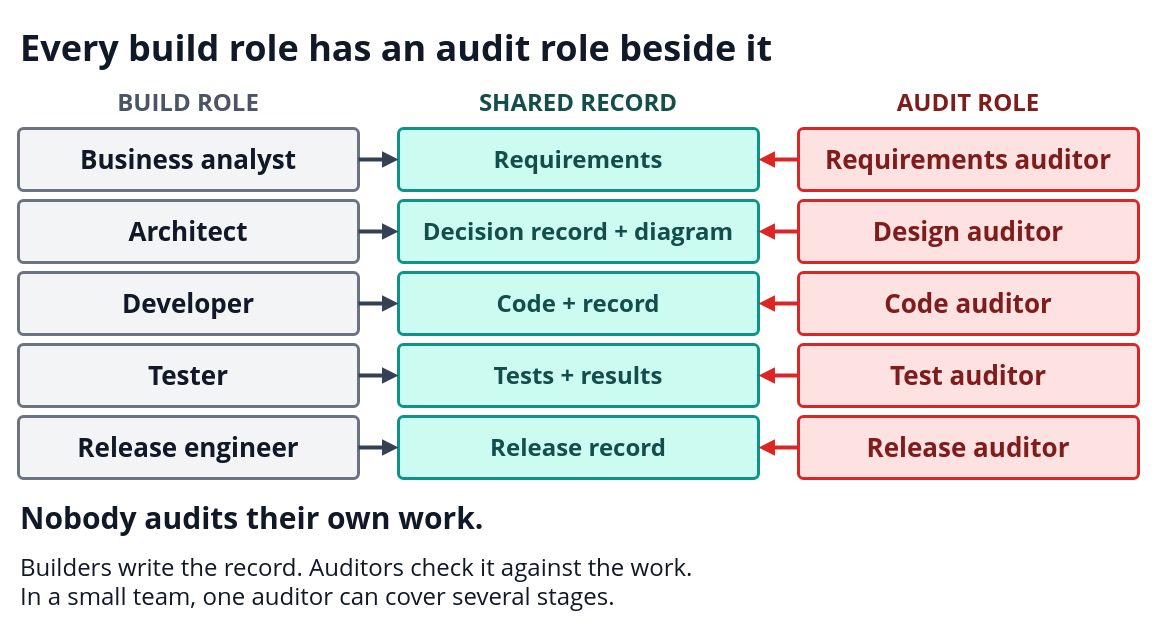
i-asimkhan/ledger-layer-pattern keeps this draw.io diagram as diagrams/04-roles-rotation.drawio. Above is the earlier version. Source tidied: cells renumbered, new cells numbered last; positions are measured from the earlier drawing's top-left corner, leaving out a move shared by most shapes. Both pictures are drawn from the tidied source at 100%, with x=0, y=0 at pixel (18, 21).
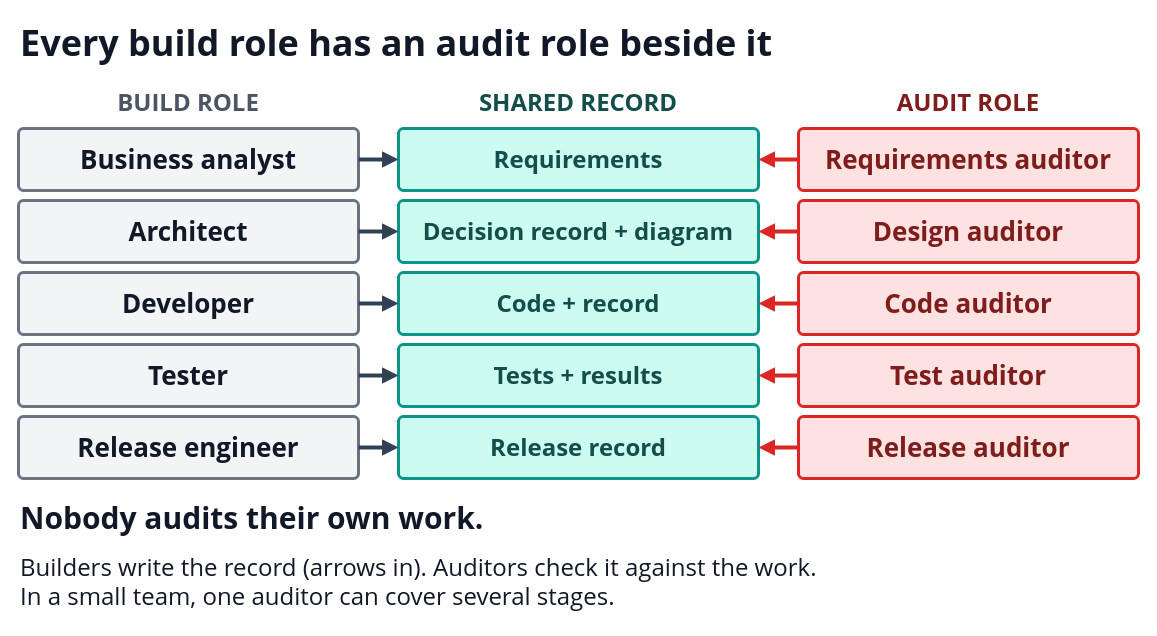
The same diagram, later.

Change to the diagram source:
```diff
@@
     <mxCell id="2" value="Every build role has an audit role beside it" style="text;html=1;strokeColor=none;fillColor=none;whiteSpace=wrap;verticalAlign=middle;align=left;fontSize=36;fontColor=#111827;fontFamily=Segoe UI;fontStyle=1;" parent="1" vertex="1">
-      <mxGeometry width="1120" height="52" as="geometry" />
+      <mxGeometry y="-4" width="1120" height="50" as="geometry" />
     </mxCell>
@@
-    <mxCell id="32" value="Builders write the record. Auditors check it against the work.&lt;br&gt;In a small team, one auditor can cover several stages." style="text;html=1;strokeColor=none;fillColor=none;whiteSpace=wrap;verticalAlign=middle;align=left;fontSize=24;fontColor=#111827;fontFamily=Segoe UI;fontStyle=0;" parent="1" vertex="1">
+    <mxCell id="32" value="Builders write the record (arrows in). Auditors check it against the work.&lt;br&gt;In a small team, one auditor can cover several stages." style="text;html=1;strokeColor=none;fillColor=none;whiteSpace=wrap;verticalAlign=middle;align=left;fontSize=24;fontColor=#111827;fontFamily=Segoe UI;fontStyle=0;" parent="1" vertex="1">
       <mxGeometry y="522" width="1120" height="76" as="geometry" />
     </mxCell>
```
